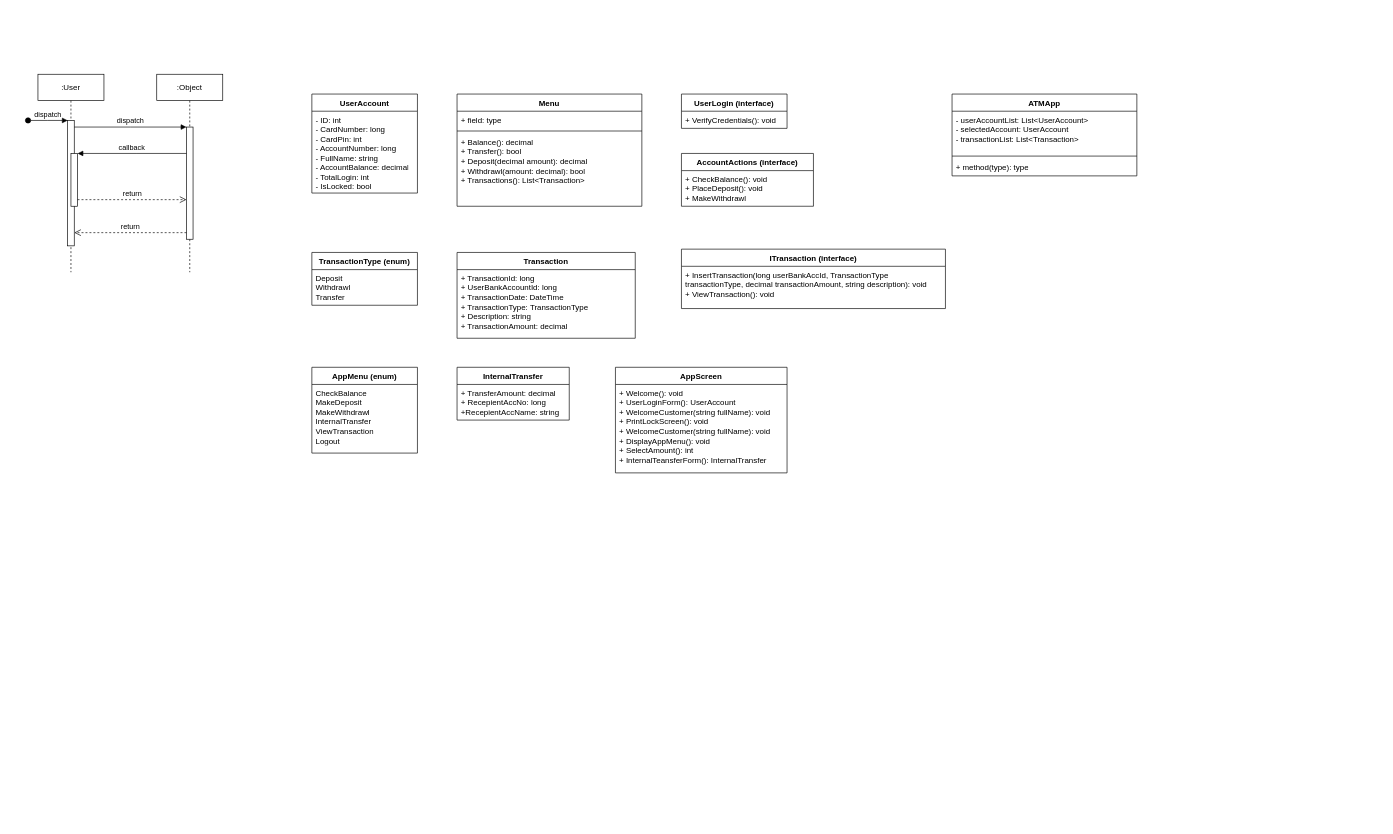
This is Untitled Diagram.drawio from c12yp71Cc0d312/sapient-atm, a draw.io file, before an edit. Source tidied: cells renumbered, new cells numbered last; positions are measured from the earlier drawing's top-left corner, leaving out a move shared by most shapes. Both pictures are drawn from the tidied source at 66%, with x=0, y=0 at pixel (28, 74).
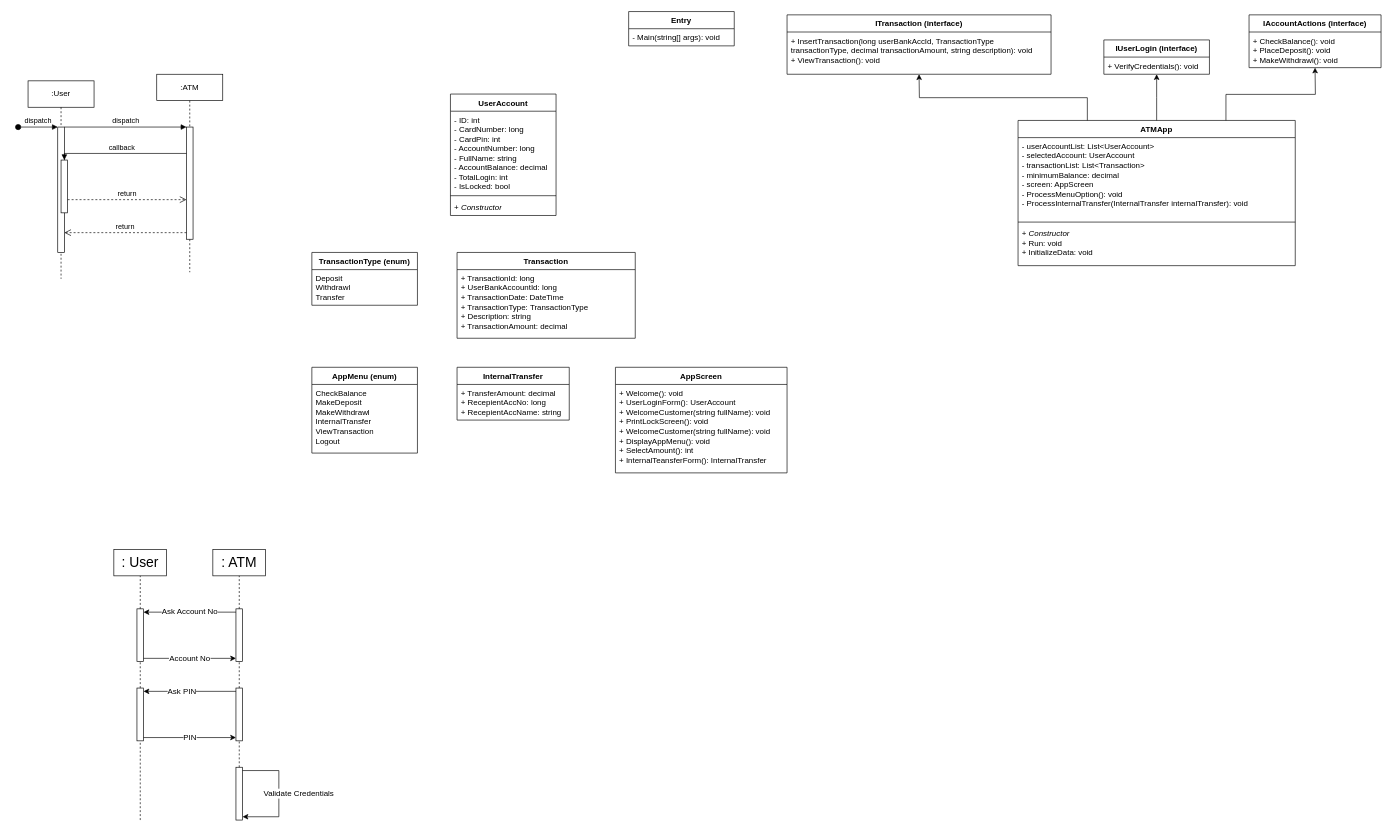
The same page after the edit.

Unchanged cells that the change refers to:
```xml
<mxCell id="30" value="InternalTransfer" style="swimlane;fontStyle=1;align=center;verticalAlign=top;horizontal=1;startSize=26;whiteSpace=wrap;html=1;strokeColor=default;spacingLeft=4;spacingRight=4;fontFamily=Helvetica;fontSize=12;fontColor=default;fillColor=none;gradientColor=none;" parent="1" vertex="1">
  <mxGeometry x="650" y="444" width="170" height="80" as="geometry" />
</mxCell>
```

Change to the diagram source:
```diff
@@
     <mxCell id="2" value=":User" style="shape=umlLifeline;perimeter=lifelinePerimeter;whiteSpace=wrap;html=1;newEdgeStyle={&quot;edgeStyle&quot;:&quot;elbowEdgeStyle&quot;,&quot;elbow&quot;:&quot;vertical&quot;,&quot;curved&quot;:0,&quot;rounded&quot;:0};" parent="1" vertex="1">
-      <mxGeometry x="15" width="100" height="300" as="geometry" />
+      <mxGeometry y="10" width="100" height="300" as="geometry" />
     </mxCell>
@@
-    <mxCell id="6" value=":Object" style="shape=umlLifeline;perimeter=lifelinePerimeter;whiteSpace=wrap;html=1;newEdgeStyle={&quot;edgeStyle&quot;:&quot;elbowEdgeStyle&quot;,&quot;elbow&quot;:&quot;vertical&quot;,&quot;curved&quot;:0,&quot;rounded&quot;:0};" parent="1" vertex="1">
+    <mxCell id="6" value=":ATM" style="shape=umlLifeline;perimeter=lifelinePerimeter;whiteSpace=wrap;html=1;newEdgeStyle={&quot;edgeStyle&quot;:&quot;elbowEdgeStyle&quot;,&quot;elbow&quot;:&quot;vertical&quot;,&quot;curved&quot;:0,&quot;rounded&quot;:0};" parent="1" vertex="1">
       <mxGeometry x="195" width="100" height="300" as="geometry" />
     </mxCell>
@@
-    <mxCell id="12" value="UserAccount" style="swimlane;fontStyle=1;align=center;verticalAlign=top;horizontal=1;startSize=26;whiteSpace=wrap;html=1;" parent="1" vertex="1">
-      <mxGeometry x="430" y="30" width="160" height="150" as="geometry" />
-    </mxCell>
-    <mxCell id="13" value="- ID: int&lt;br&gt;- CardNumber: long&lt;br&gt;- CardPin: int&lt;br&gt;- AccountNumber: long&lt;br&gt;- FullName: string&lt;br&gt;- AccountBalance: decimal&lt;br&gt;- TotalLogin: int&lt;br&gt;- IsLocked: bool" style="text;strokeColor=none;fillColor=none;align=left;verticalAlign=top;spacingLeft=4;spacingRight=4;overflow=hidden;whiteSpace=wrap;html=1;" parent="12" vertex="1">
-      <mxGeometry y="26" width="160" height="124" as="geometry" />
-    </mxCell>
-    <mxCell id="14" value="Menu" style="swimlane;fontStyle=1;align=center;verticalAlign=top;horizontal=1;startSize=26;whiteSpace=wrap;html=1;strokeColor=default;spacingLeft=4;spacingRight=4;fontFamily=Helvetica;fontSize=12;fontColor=default;fillColor=none;gradientColor=none;" parent="1" vertex="1">
-      <mxGeometry x="650" y="30" width="280" height="170" as="geometry" />
-    </mxCell>
-    <mxCell id="15" value="+ field: type" style="text;strokeColor=none;fillColor=none;align=left;verticalAlign=top;spacingLeft=4;spacingRight=4;overflow=hidden;whiteSpace=wrap;html=1;fontSize=12;fontFamily=Helvetica;fontColor=default;" parent="14" vertex="1">
-      <mxGeometry y="26" width="280" height="26" as="geometry" />
-    </mxCell>
-    <mxCell id="16" style="line;strokeWidth=1;fillColor=none;align=left;verticalAlign=middle;spacingTop=-1;spacingLeft=3;spacingRight=3;labelPosition=right;strokeColor=inherit;fontFamily=Helvetica;fontSize=12;fontColor=default;html=1;" parent="14" vertex="1">
-      <mxGeometry y="52" width="280" height="8" as="geometry" />
-    </mxCell>
-    <mxCell id="17" value="+ Balance(): decimal&lt;br&gt;+ Transfer(): bool&lt;br&gt;+ Deposit(decimal amount): decimal&lt;br&gt;+ Withdrawl(amount: decimal): bool&lt;br&gt;+ Transactions(): List&amp;lt;Transaction&amp;gt;" style="text;strokeColor=none;fillColor=none;align=left;verticalAlign=top;spacingLeft=4;spacingRight=4;overflow=hidden;whiteSpace=wrap;html=1;fontSize=12;fontFamily=Helvetica;fontColor=default;" parent="14" vertex="1">
-      <mxGeometry y="60" width="280" height="110" as="geometry" />
-    </mxCell>
@@
-    <mxCell id="22" value="UserLogin (interface)" style="swimlane;fontStyle=1;align=center;verticalAlign=top;horizontal=1;startSize=26;whiteSpace=wrap;html=1;strokeColor=default;spacingLeft=4;spacingRight=4;fontFamily=Helvetica;fontSize=12;fontColor=default;fillColor=none;gradientColor=none;" parent="1" vertex="1">
-      <mxGeometry x="990" y="30" width="160" height="52" as="geometry" />
+    <mxCell id="22" value="IUserLogin (interface)" style="swimlane;fontStyle=1;align=center;verticalAlign=top;horizontal=1;startSize=26;whiteSpace=wrap;html=1;strokeColor=default;spacingLeft=4;spacingRight=4;fontFamily=Helvetica;fontSize=12;fontColor=default;fillColor=none;gradientColor=none;" parent="1" vertex="1">
+      <mxGeometry x="1630" y="-52" width="160" height="52" as="geometry" />
     </mxCell>
@@
-    <mxCell id="24" value="AccountActions (interface)" style="swimlane;fontStyle=1;align=center;verticalAlign=top;horizontal=1;startSize=26;whiteSpace=wrap;html=1;strokeColor=default;spacingLeft=4;spacingRight=4;fontFamily=Helvetica;fontSize=12;fontColor=default;fillColor=none;gradientColor=none;" parent="1" vertex="1">
-      <mxGeometry x="990" y="120" width="200" height="80" as="geometry" />
+    <mxCell id="24" value="IAccountActions (interface)" style="swimlane;fontStyle=1;align=center;verticalAlign=top;horizontal=1;startSize=26;whiteSpace=wrap;html=1;strokeColor=default;spacingLeft=4;spacingRight=4;fontFamily=Helvetica;fontSize=12;fontColor=default;fillColor=none;gradientColor=none;" parent="1" vertex="1">
+      <mxGeometry x="1850" y="-90" width="200" height="80" as="geometry" />
     </mxCell>
-    <mxCell id="25" value="+ CheckBalance(): void&lt;br&gt;+ PlaceDeposit(): void&lt;br&gt;+ MakeWithdrawl" style="text;strokeColor=none;fillColor=none;align=left;verticalAlign=top;spacingLeft=4;spacingRight=4;overflow=hidden;whiteSpace=wrap;html=1;fontSize=12;fontFamily=Helvetica;fontColor=default;" parent="24" vertex="1">
+    <mxCell id="25" value="+ CheckBalance(): void&lt;br&gt;+ PlaceDeposit(): void&lt;br&gt;+ MakeWithdrawl(): void" style="text;strokeColor=none;fillColor=none;align=left;verticalAlign=top;spacingLeft=4;spacingRight=4;overflow=hidden;whiteSpace=wrap;html=1;fontSize=12;fontFamily=Helvetica;fontColor=default;" parent="24" vertex="1">
       <mxGeometry y="26" width="200" height="54" as="geometry" />
     </mxCell>
     <mxCell id="26" value="ITransaction (interface)" style="swimlane;fontStyle=1;align=center;verticalAlign=top;horizontal=1;startSize=26;whiteSpace=wrap;html=1;strokeColor=default;spacingLeft=4;spacingRight=4;fontFamily=Helvetica;fontSize=12;fontColor=default;fillColor=none;gradientColor=none;" parent="1" vertex="1">
-      <mxGeometry x="990" y="265" width="400" height="90" as="geometry" />
+      <mxGeometry x="1150" y="-90" width="400" height="90" as="geometry" />
     </mxCell>
@@
-    <mxCell id="31" value="+ TransferAmount: decimal&lt;br&gt;+ RecepientAccNo: long&lt;br&gt;+RecepientAccName: string" style="text;strokeColor=none;fillColor=none;align=left;verticalAlign=top;spacingLeft=4;spacingRight=4;overflow=hidden;whiteSpace=wrap;html=1;fontSize=12;fontFamily=Helvetica;fontColor=default;" parent="30" vertex="1">
+    <mxCell id="31" value="+ TransferAmount: decimal&lt;br&gt;+ RecepientAccNo: long&lt;br&gt;+ RecepientAccName: string" style="text;strokeColor=none;fillColor=none;align=left;verticalAlign=top;spacingLeft=4;spacingRight=4;overflow=hidden;whiteSpace=wrap;html=1;fontSize=12;fontFamily=Helvetica;fontColor=default;" parent="30" vertex="1">
       <mxGeometry y="26" width="170" height="54" as="geometry" />
     </mxCell>
@@
+    <mxCell id="38" style="edgeStyle=orthogonalEdgeStyle;rounded=0;jettySize=auto;html=1;exitX=0.25;exitY=0;exitDx=0;exitDy=0;fontFamily=Helvetica;fontSize=12;fontColor=default;" parent="1" edge="1" source="34">
+      <mxGeometry relative="1" as="geometry">
+        <mxPoint x="1350" as="targetPoint" />
+      </mxGeometry>
+    </mxCell>
+    <mxCell id="39" style="edgeStyle=orthogonalEdgeStyle;rounded=0;jettySize=auto;html=1;fontFamily=Helvetica;fontSize=12;fontColor=default;" parent="1" edge="1" source="34">
+      <mxGeometry relative="1" as="geometry">
+        <mxPoint x="1710" as="targetPoint" />
+      </mxGeometry>
+    </mxCell>
+    <mxCell id="40" style="edgeStyle=orthogonalEdgeStyle;rounded=0;jettySize=auto;html=1;exitX=0.75;exitY=0;exitDx=0;exitDy=0;fontFamily=Helvetica;fontSize=12;fontColor=default;" parent="1" edge="1" source="34">
+      <mxGeometry relative="1" as="geometry">
+        <mxPoint x="1950" y="-10" as="targetPoint" />
+      </mxGeometry>
+    </mxCell>
     <mxCell id="34" value="ATMApp" style="swimlane;fontStyle=1;align=center;verticalAlign=top;horizontal=1;startSize=26;whiteSpace=wrap;html=1;strokeColor=default;spacingLeft=4;spacingRight=4;fontFamily=Helvetica;fontSize=12;fontColor=default;fillColor=none;gradientColor=none;" parent="1" vertex="1">
-      <mxGeometry x="1400" y="30" width="280" height="124" as="geometry" />
+      <mxGeometry x="1500" y="70" width="420" height="220" as="geometry" />
     </mxCell>
-    <mxCell id="35" value="- userAccountList: List&amp;lt;UserAccount&amp;gt;&lt;br&gt;- selectedAccount: UserAccount&lt;br&gt;- transactionList: List&amp;lt;Transaction&amp;gt;" style="text;strokeColor=none;fillColor=none;align=left;verticalAlign=top;spacingLeft=4;spacingRight=4;overflow=hidden;whiteSpace=wrap;html=1;fontSize=12;fontFamily=Helvetica;fontColor=default;" parent="34" vertex="1">
-      <mxGeometry y="26" width="280" height="64" as="geometry" />
+    <mxCell id="35" value="- userAccountList: List&amp;lt;UserAccount&amp;gt;&lt;br&gt;- selectedAccount: UserAccount&lt;br&gt;- transactionList: List&amp;lt;Transaction&amp;gt;&lt;br&gt;- minimumBalance: decimal&lt;br&gt;- screen: AppScreen&lt;br&gt;- ProcessMenuOption(): void&lt;br&gt;- ProcessInternalTransfer(InternalTransfer internalTransfer): void" style="text;strokeColor=none;fillColor=none;align=left;verticalAlign=top;spacingLeft=4;spacingRight=4;overflow=hidden;whiteSpace=wrap;html=1;fontSize=12;fontFamily=Helvetica;fontColor=default;" parent="34" vertex="1">
+      <mxGeometry y="26" width="420" height="124" as="geometry" />
     </mxCell>
     <mxCell id="36" style="line;strokeWidth=1;fillColor=none;align=left;verticalAlign=middle;spacingTop=-1;spacingLeft=3;spacingRight=3;labelPosition=right;strokeColor=inherit;fontFamily=Helvetica;fontSize=12;fontColor=default;html=1;" parent="34" vertex="1">
-      <mxGeometry y="90" width="280" height="8" as="geometry" />
+      <mxGeometry y="150" width="420" height="8" as="geometry" />
     </mxCell>
-    <mxCell id="37" value="+ method(type): type" style="text;strokeColor=none;fillColor=none;align=left;verticalAlign=top;spacingLeft=4;spacingRight=4;overflow=hidden;whiteSpace=wrap;html=1;fontSize=12;fontFamily=Helvetica;fontColor=default;" parent="34" vertex="1">
-      <mxGeometry y="98" width="280" height="26" as="geometry" />
+    <mxCell id="37" value="+ &lt;i&gt;Constructor&lt;br&gt;&lt;/i&gt;+ Run: void&lt;br&gt;+ InitializeData: void&lt;br&gt;&lt;br&gt;" style="text;strokeColor=none;fillColor=none;align=left;verticalAlign=top;spacingLeft=4;spacingRight=4;overflow=hidden;whiteSpace=wrap;html=1;fontSize=12;fontFamily=Helvetica;fontColor=default;" parent="34" vertex="1">
+      <mxGeometry y="158" width="420" height="62" as="geometry" />
     </mxCell>
+    <mxCell id="41" value="Entry" style="swimlane;fontStyle=1;align=center;verticalAlign=top;horizontal=1;startSize=26;whiteSpace=wrap;html=1;strokeColor=default;spacingLeft=4;spacingRight=4;fontFamily=Helvetica;fontSize=12;fontColor=default;fillColor=none;gradientColor=none;" parent="1" vertex="1">
+      <mxGeometry x="910" y="-95" width="160" height="52" as="geometry" />
+    </mxCell>
+    <mxCell id="42" value="- Main(string[] args): void" style="text;strokeColor=none;fillColor=none;align=left;verticalAlign=top;spacingLeft=4;spacingRight=4;overflow=hidden;whiteSpace=wrap;html=1;fontSize=12;fontFamily=Helvetica;fontColor=default;" parent="41" vertex="1">
+      <mxGeometry y="26" width="160" height="26" as="geometry" />
+    </mxCell>
+    <mxCell id="12" value="UserAccount" style="swimlane;fontStyle=1;align=center;verticalAlign=top;horizontal=1;startSize=26;whiteSpace=wrap;html=1;strokeColor=default;spacingLeft=4;spacingRight=4;fontFamily=Helvetica;fontSize=12;fontColor=default;fillColor=none;gradientColor=none;" parent="1" vertex="1">
+      <mxGeometry x="640" y="30" width="160" height="184" as="geometry" />
+    </mxCell>
+    <mxCell id="13" value="- ID: int&lt;br style=&quot;border-color: var(--darkreader-border--border-color); --darkreader-inline-border: var(--darkreader-border--darkreader-border--border-color);&quot;&gt;- CardNumber: long&lt;br style=&quot;border-color: var(--darkreader-border--border-color); --darkreader-inline-border: var(--darkreader-border--darkreader-border--border-color);&quot;&gt;- CardPin: int&lt;br style=&quot;border-color: var(--darkreader-border--border-color); --darkreader-inline-border: var(--darkreader-border--darkreader-border--border-color);&quot;&gt;- AccountNumber: long&lt;br style=&quot;border-color: var(--darkreader-border--border-color); --darkreader-inline-border: var(--darkreader-border--darkreader-border--border-color);&quot;&gt;- FullName: string&lt;br style=&quot;border-color: var(--darkreader-border--border-color); --darkreader-inline-border: var(--darkreader-border--darkreader-border--border-color);&quot;&gt;- AccountBalance: decimal&lt;br style=&quot;border-color: var(--darkreader-border--border-color); --darkreader-inline-border: var(--darkreader-border--darkreader-border--border-color);&quot;&gt;- TotalLogin: int&lt;br style=&quot;border-color: var(--darkreader-border--border-color); --darkreader-inline-border: var(--darkreader-border--darkreader-border--border-color);&quot;&gt;- IsLocked: bool" style="text;strokeColor=none;fillColor=none;align=left;verticalAlign=top;spacingLeft=4;spacingRight=4;overflow=hidden;whiteSpace=wrap;html=1;fontSize=12;fontFamily=Helvetica;fontColor=default;" parent="12" vertex="1">
+      <mxGeometry y="26" width="160" height="124" as="geometry" />
+    </mxCell>
+    <mxCell id="43" style="line;strokeWidth=1;fillColor=none;align=left;verticalAlign=middle;spacingTop=-1;spacingLeft=3;spacingRight=3;labelPosition=right;strokeColor=inherit;fontFamily=Helvetica;fontSize=12;fontColor=default;html=1;" parent="12" vertex="1">
+      <mxGeometry y="150" width="160" height="8" as="geometry" />
+    </mxCell>
+    <mxCell id="44" value="+ &lt;i&gt;Constructor&lt;/i&gt;" style="text;strokeColor=none;fillColor=none;align=left;verticalAlign=top;spacingLeft=4;spacingRight=4;overflow=hidden;whiteSpace=wrap;html=1;fontSize=12;fontFamily=Helvetica;fontColor=default;" parent="12" vertex="1">
+      <mxGeometry y="158" width="160" height="26" as="geometry" />
+    </mxCell>
+    <mxCell id="45" style="endArrow=none;dashed=1;html=1;rounded=0;fontFamily=Helvetica;fontSize=12;fontColor=default;entryX=0.5;entryY=1;entryDx=0;entryDy=0;" parent="1" edge="1" target="46">
+      <mxGeometry relative="1" as="geometry">
+        <mxPoint x="170" y="810" as="sourcePoint" />
+      </mxGeometry>
+    </mxCell>
+    <mxCell id="46" value=": User" style="rounded=0;whiteSpace=wrap;html=1;strokeColor=default;align=center;verticalAlign=top;spacingLeft=4;spacingRight=4;fontFamily=Helvetica;fontSize=21;fontColor=default;fillColor=none;gradientColor=none;" parent="1" vertex="1">
+      <mxGeometry x="130" y="720" width="80" height="40" as="geometry" />
+    </mxCell>
+    <mxCell id="47" value=": ATM" style="rounded=0;whiteSpace=wrap;html=1;strokeColor=default;align=center;verticalAlign=top;spacingLeft=4;spacingRight=4;fontFamily=Helvetica;fontSize=21;fontColor=default;fillColor=none;gradientColor=none;" parent="1" vertex="1">
+      <mxGeometry x="280" y="720" width="80" height="40" as="geometry" />
+    </mxCell>
+    <mxCell id="48" style="endArrow=none;dashed=1;html=1;rounded=0;fontFamily=Helvetica;fontSize=12;fontColor=default;entryX=0.5;entryY=1;entryDx=0;entryDy=0;" parent="1" edge="1" target="47">
+      <mxGeometry relative="1" as="geometry">
+        <mxPoint x="320" y="810" as="sourcePoint" />
+      </mxGeometry>
+    </mxCell>
+    <mxCell id="49" style="html=1;points=[[0,0,0,0,5],[0,1,0,0,-5],[1,0,0,0,5],[1,1,0,0,-5]];perimeter=orthogonalPerimeter;outlineConnect=0;targetShapes=umlLifeline;portConstraint=eastwest;newEdgeStyle={&quot;curved&quot;:0,&quot;rounded&quot;:0};strokeColor=default;align=left;verticalAlign=top;spacingLeft=4;spacingRight=4;fontFamily=Helvetica;fontSize=12;fontColor=default;fillColor=none;gradientColor=none;" parent="1" vertex="1">
+      <mxGeometry x="315" y="810" width="10" height="80" as="geometry" />
+    </mxCell>
+    <mxCell id="50" style="html=1;points=[[0,0,0,0,5],[0,1,0,0,-5],[1,0,0,0,5],[1,1,0,0,-5]];perimeter=orthogonalPerimeter;outlineConnect=0;targetShapes=umlLifeline;portConstraint=eastwest;newEdgeStyle={&quot;curved&quot;:0,&quot;rounded&quot;:0};strokeColor=default;align=left;verticalAlign=top;spacingLeft=4;spacingRight=4;fontFamily=Helvetica;fontSize=12;fontColor=default;fillColor=none;gradientColor=none;" parent="1" vertex="1">
+      <mxGeometry x="165" y="810" width="10" height="80" as="geometry" />
+    </mxCell>
+    <mxCell id="51" value="Account No" style="edgeStyle=orthogonalEdgeStyle;rounded=0;jettySize=auto;html=1;curved=0;exitX=1;exitY=1;exitDx=0;exitDy=-5;exitPerimeter=0;entryX=0;entryY=1;entryDx=0;entryDy=-5;entryPerimeter=0;fontFamily=Helvetica;fontSize=12;fontColor=default;" parent="1" edge="1" source="50" target="49">
+      <mxGeometry relative="1" as="geometry" />
+    </mxCell>
+    <mxCell id="52" value="Ask Account No" style="edgeStyle=orthogonalEdgeStyle;rounded=0;jettySize=auto;html=1;curved=0;exitX=0;exitY=0;exitDx=0;exitDy=5;exitPerimeter=0;entryX=1;entryY=0;entryDx=0;entryDy=5;entryPerimeter=0;fontFamily=Helvetica;fontSize=12;fontColor=default;" parent="1" edge="1" source="49" target="50">
+      <mxGeometry relative="1" as="geometry" />
+    </mxCell>
+    <mxCell id="53" style="endArrow=none;dashed=1;html=1;rounded=0;fontFamily=Helvetica;fontSize=12;fontColor=default;" parent="1" edge="1" target="50">
+      <mxGeometry relative="1" as="geometry">
+        <mxPoint x="170" y="930" as="sourcePoint" />
+      </mxGeometry>
+    </mxCell>
+    <mxCell id="54" style="endArrow=none;dashed=1;html=1;rounded=0;fontFamily=Helvetica;fontSize=12;fontColor=default;" parent="1" edge="1" target="49">
+      <mxGeometry relative="1" as="geometry">
+        <mxPoint x="320" y="930" as="sourcePoint" />
+      </mxGeometry>
+    </mxCell>
+    <mxCell id="55" style="html=1;points=[[0,0,0,0,5],[0,1,0,0,-5],[1,0,0,0,5],[1,1,0,0,-5]];perimeter=orthogonalPerimeter;outlineConnect=0;targetShapes=umlLifeline;portConstraint=eastwest;newEdgeStyle={&quot;curved&quot;:0,&quot;rounded&quot;:0};strokeColor=default;align=left;verticalAlign=top;spacingLeft=4;spacingRight=4;fontFamily=Helvetica;fontSize=12;fontColor=default;fillColor=none;gradientColor=none;" parent="1" vertex="1">
+      <mxGeometry x="165" y="930" width="10" height="80" as="geometry" />
+    </mxCell>
+    <mxCell id="56" style="html=1;points=[[0,0,0,0,5],[0,1,0,0,-5],[1,0,0,0,5],[1,1,0,0,-5]];perimeter=orthogonalPerimeter;outlineConnect=0;targetShapes=umlLifeline;portConstraint=eastwest;newEdgeStyle={&quot;curved&quot;:0,&quot;rounded&quot;:0};strokeColor=default;align=left;verticalAlign=top;spacingLeft=4;spacingRight=4;fontFamily=Helvetica;fontSize=12;fontColor=default;fillColor=none;gradientColor=none;" parent="1" vertex="1">
+      <mxGeometry x="315" y="930" width="10" height="80" as="geometry" />
+    </mxCell>
+    <mxCell id="57" style="edgeStyle=orthogonalEdgeStyle;rounded=0;jettySize=auto;html=1;curved=0;exitX=0;exitY=0;exitDx=0;exitDy=5;exitPerimeter=0;entryX=1;entryY=0;entryDx=0;entryDy=5;entryPerimeter=0;fontFamily=Helvetica;fontSize=12;fontColor=default;" parent="1" edge="1" source="56" target="55">
+      <mxGeometry relative="1" as="geometry" />
+    </mxCell>
+    <mxCell id="58" value="Ask PIN" style="edgeLabel;html=1;align=center;verticalAlign=middle;fontSize=12;fontFamily=Helvetica;fontColor=default;" parent="57" vertex="1">
+      <mxGeometry x="0.18" y="-1" relative="1" as="geometry" />
+    </mxCell>
+    <mxCell id="59" value="PIN" style="edgeStyle=orthogonalEdgeStyle;rounded=0;jettySize=auto;html=1;curved=0;exitX=1;exitY=1;exitDx=0;exitDy=-5;exitPerimeter=0;entryX=0;entryY=1;entryDx=0;entryDy=-5;entryPerimeter=0;fontFamily=Helvetica;fontSize=12;fontColor=default;" parent="1" edge="1" source="55" target="56">
+      <mxGeometry relative="1" as="geometry" />
+    </mxCell>
+    <mxCell id="60" style="endArrow=none;dashed=1;html=1;rounded=0;fontFamily=Helvetica;fontSize=12;fontColor=default;" parent="1" edge="1" target="55">
+      <mxGeometry relative="1" as="geometry">
+        <mxPoint x="170" y="1130" as="sourcePoint" />
+      </mxGeometry>
+    </mxCell>
+    <mxCell id="61" style="endArrow=none;dashed=1;html=1;rounded=0;fontFamily=Helvetica;fontSize=12;fontColor=default;" parent="1" edge="1" target="56">
+      <mxGeometry relative="1" as="geometry">
+        <mxPoint x="320" y="1050" as="sourcePoint" />
+      </mxGeometry>
+    </mxCell>
+    <mxCell id="62" style="html=1;points=[[0,0,0,0,5],[0,1,0,0,-5],[1,0,0,0,5],[1,1,0,0,-5]];perimeter=orthogonalPerimeter;outlineConnect=0;targetShapes=umlLifeline;portConstraint=eastwest;newEdgeStyle={&quot;curved&quot;:0,&quot;rounded&quot;:0};strokeColor=default;align=left;verticalAlign=top;spacingLeft=4;spacingRight=4;fontFamily=Helvetica;fontSize=12;fontColor=default;fillColor=none;gradientColor=none;" parent="1" vertex="1">
+      <mxGeometry x="315" y="1050" width="10" height="80" as="geometry" />
+    </mxCell>
+    <mxCell id="63" value="Validate Credentials" style="edgeStyle=orthogonalEdgeStyle;rounded=0;orthogonalLoop=1;jettySize=auto;html=1;curved=0;exitX=1;exitY=0;exitDx=0;exitDy=5;exitPerimeter=0;entryX=1;entryY=1;entryDx=0;entryDy=-5;entryPerimeter=0;fontFamily=Helvetica;fontSize=12;fontColor=default;" parent="1" edge="1" source="62" target="62">
+      <mxGeometry y="30" relative="1" as="geometry">
+        <Array as="points">
+          <mxPoint x="380" y="1055" />
+          <mxPoint x="380" y="1125" />
+        </Array>
+      </mxGeometry>
+    </mxCell>
```
